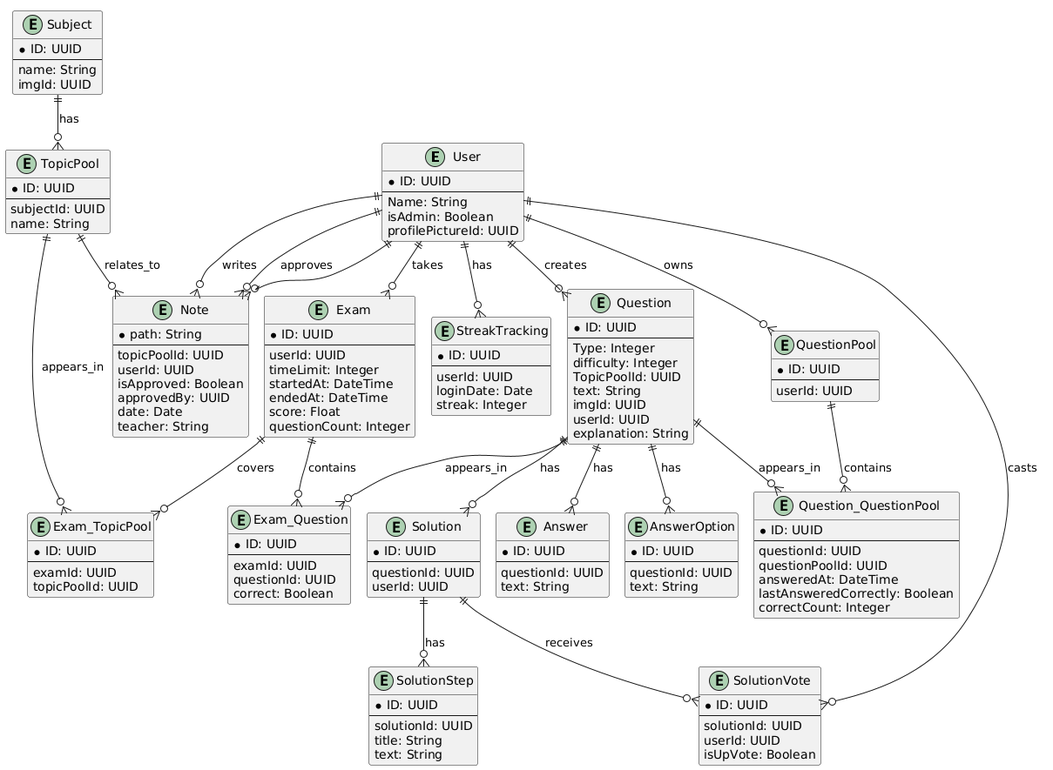
Above: documentation/datamodel/datamodel.png in LearnHubDipl/Diplomarbeit (PlantUML), before the change.
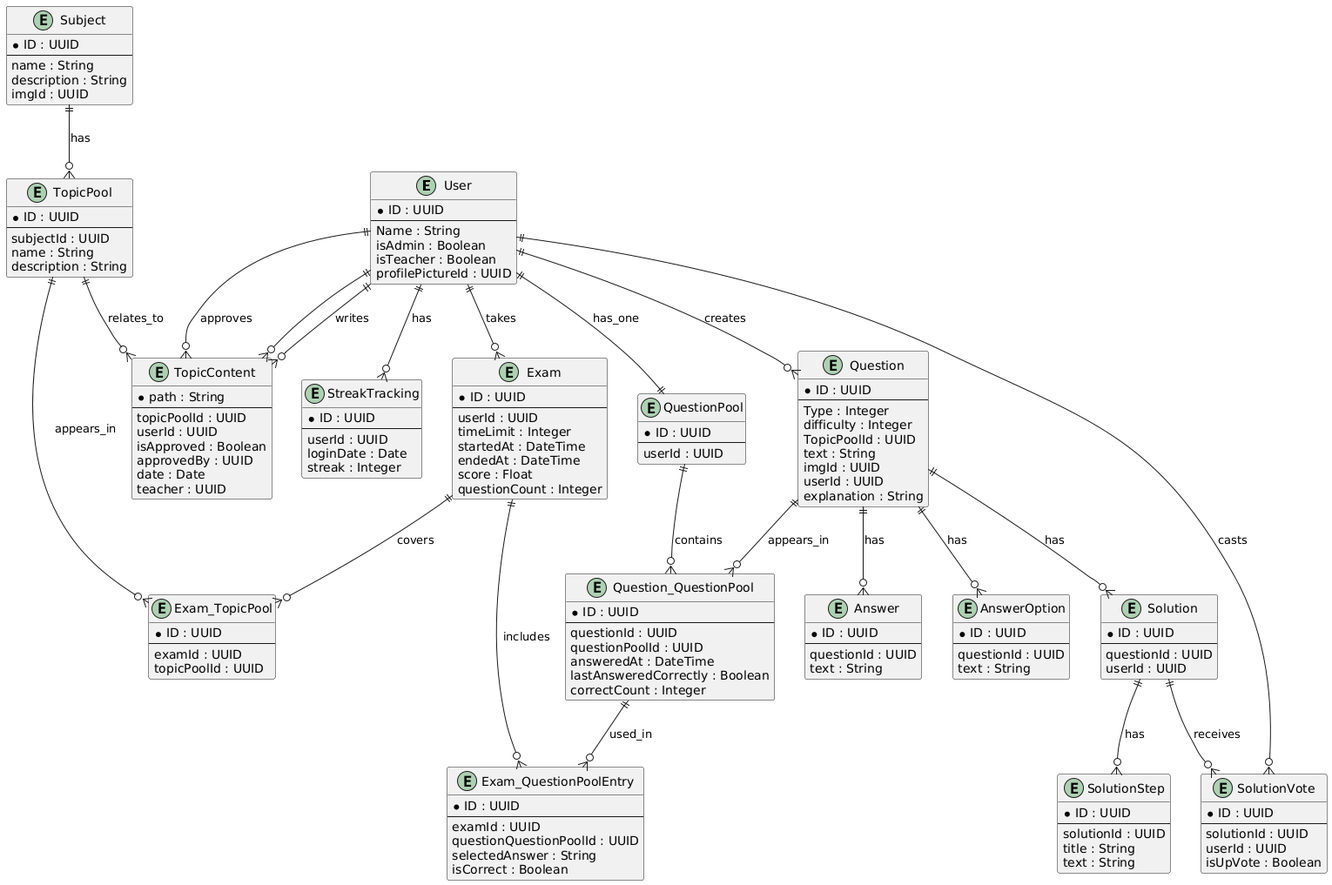
Above is the later version.

Change to the diagram source:
```diff
@@ -1,159 +1,161 @@
 @startuml
-!pragma layout smetana
-skinparam linetype ortho
-top to bottom direction
-
 entity User {
-  * ID: UUID
+  * ID : UUID
   --
-  Name: String
-  isAdmin: Boolean
-  profilePictureId: UUID
+  Name : String
+  isAdmin : Boolean
+  isTeacher : Boolean
+  profilePictureId : UUID
 }
 
 entity Question {
-  * ID: UUID
+  * ID : UUID
   --
-  Type: Integer
-  difficulty: Integer
-  TopicPoolId: UUID
-  text: String
-  imgId: UUID
-  userId: UUID
-  explanation: String
+  Type : Integer
+  difficulty : Integer
+  TopicPoolId : UUID
+  text : String
+  imgId : UUID
+  userId : UUID
+  explanation : String
 }
 
 entity AnswerOption {
-  * ID: UUID
+  * ID : UUID
   --
-  questionId: UUID
-  text: String
+  questionId : UUID
+  text : String
 }
 
 entity Answer {
-  * ID: UUID
+  * ID : UUID
   --
-  questionId: UUID
-  text: String
+  questionId : UUID
+  text : String
 }
 
 entity QuestionPool {
-  * ID: UUID
+  * ID : UUID
   --
-  userId: UUID
+  userId : UUID
 }
 
 entity Question_QuestionPool {
-  * ID: UUID
+  * ID : UUID
   --
-  questionId: UUID
-  questionPoolId: UUID
-  answeredAt: DateTime
-  lastAnsweredCorrectly: Boolean
-  correctCount: Integer
+  questionId : UUID
+  questionPoolId : UUID
+  answeredAt : DateTime
+  lastAnsweredCorrectly : Boolean
+  correctCount : Integer
 }
 
 entity StreakTracking {
-  * ID: UUID
+  * ID : UUID
   --
-  userId: UUID
-  loginDate: Date
-  streak: Integer
+  userId : UUID
+  loginDate : Date
+  streak : Integer
 }
 
-entity Note {
-  * path: String
+entity TopicContent {
+  * path : String
   --
-  topicPoolId: UUID
-  userId: UUID
-  isApproved: Boolean
-  approvedBy: UUID
-  date: Date
-  teacher: String
+  topicPoolId : UUID
+  userId : UUID
+  isApproved : Boolean
+  approvedBy : UUID
+  date : Date
+  teacher : UUID
 }
 
 entity Subject {
-  * ID: UUID
+  * ID : UUID
   --
-  name: String
-  imgId: UUID
+  name : String
+  description : String
+  imgId : UUID
 }
 
 entity TopicPool {
-  * ID: UUID
+  * ID : UUID
   --
-  subjectId: UUID
-  name: String
+  subjectId : UUID
+  name : String
+  description : String
 }
 
 entity Solution {
-  * ID: UUID
+  * ID : UUID
   --
-  questionId: UUID
-  userId: UUID
+  questionId : UUID
+  userId : UUID
 }
 
 entity SolutionStep {
-  * ID: UUID
+  * ID : UUID
   --
-  solutionId: UUID
-  title: String
-  text: String
+  solutionId : UUID
+  title : String
+  text : String
 }
 
 entity SolutionVote {
-  * ID: UUID
+  * ID : UUID
   --
-  solutionId: UUID
-  userId: UUID
-  isUpVote: Boolean
+  solutionId : UUID
+  userId : UUID
+  isUpVote : Boolean
 }
 
 entity Exam {
-  * ID: UUID
+  * ID : UUID
   --
-  userId: UUID
-  timeLimit: Integer
-  startedAt: DateTime
-  endedAt: DateTime
-  score: Float
-  questionCount: Integer
-}
-
-entity Exam_Question {
-  * ID: UUID
-  --
-  examId: UUID
-  questionId: UUID
-  correct: Boolean
+  userId : UUID
+  timeLimit : Integer
+  startedAt : DateTime
+  endedAt : DateTime
+  score : Float
+  questionCount : Integer
 }
 
 entity Exam_TopicPool {
-  * ID: UUID
+  * ID : UUID
   --
-  examId: UUID
-  topicPoolId: UUID
+  examId : UUID
+  topicPoolId : UUID
 }
+
+entity Exam_QuestionPoolEntry {
+  * ID : UUID
+  --
+  examId : UUID
+  questionQuestionPoolId : UUID
+  selectedAnswer : String
+  isCorrect : Boolean
+}
+
+
 
 User ||--o{ Question : creates
 Question ||--o{ AnswerOption : has
 Question ||--o{ Answer : has
 QuestionPool ||--o{ Question_QuestionPool : contains
 Question ||--o{ Question_QuestionPool : appears_in
-User ||--o{ QuestionPool : owns
+User ||--|| QuestionPool : has_one
 User ||--o{ StreakTracking : has
-User ||--o{ Note : writes
-User ||--o{ Note : approves
-User ||--o{ Note
-TopicPool ||--o{ Note : relates_to
+User ||--o{ TopicContent : writes
+User ||--o{ TopicContent : approves
+User ||--o{ TopicContent
+TopicPool ||--o{ TopicContent : relates_to
 Subject ||--o{ TopicPool : has
 Question ||--o{ Solution : has
 Solution ||--o{ SolutionStep : has
 Solution ||--o{ SolutionVote : receives
 User ||--o{ SolutionVote : casts
-Exam ||--o{ Exam_Question : contains
-Question ||--o{ Exam_Question : appears_in
 Exam ||--o{ Exam_TopicPool : covers
 TopicPool ||--o{ Exam_TopicPool : appears_in
 User ||--o{ Exam : takes
+Exam ||--o{ Exam_QuestionPoolEntry : includes
+Question_QuestionPool ||--o{ Exam_QuestionPoolEntry : used_in
 @enduml
```
